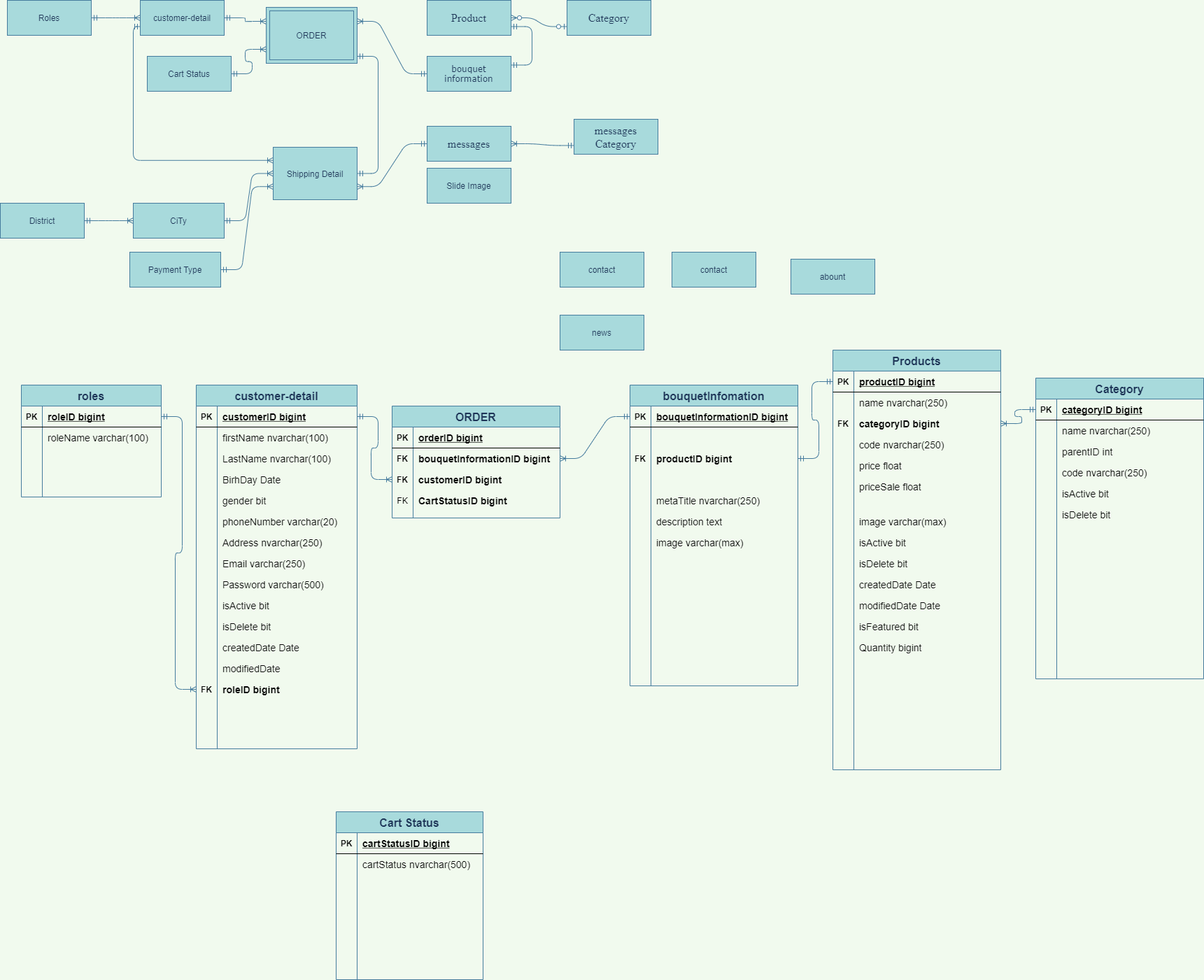
This is Untitled Diagram.png from maialino123/Eproject-SEM3, a draw.io export, as it was before one commit. Source tidied: cells renumbered, new cells last; positions are measured from the earlier drawing's top-left corner, leaving out a move shared by most shapes.
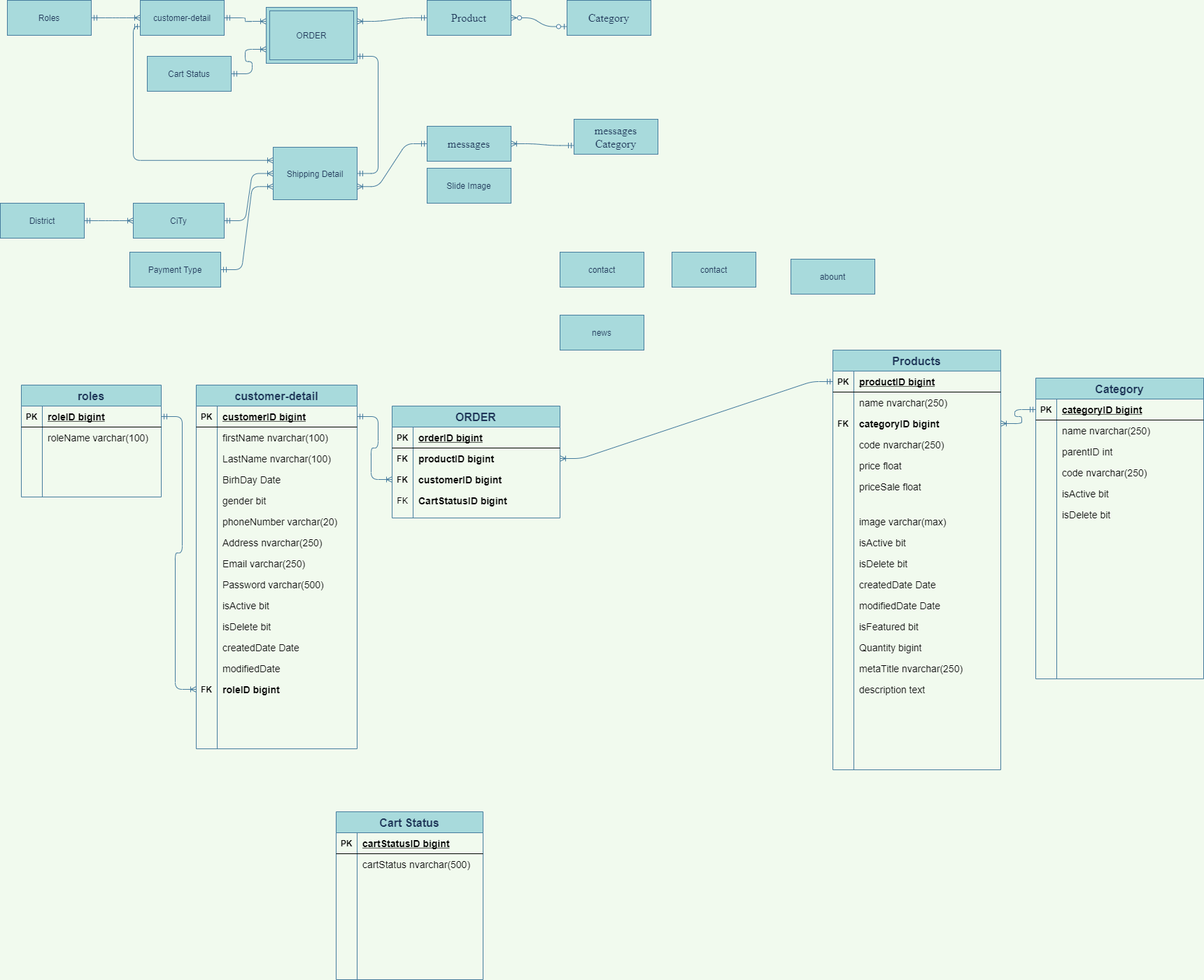
The same diagram one commit later.

What changed in the source:
```diff
@@ -5,9 +5,6 @@
     <mxCell id="2" value="customer-detail" style="whiteSpace=wrap;html=1;align=center;rounded=0;sketch=0;fontColor=#1D3557;strokeColor=#457B9D;fillColor=#A8DADC;" parent="1" vertex="1">
       <mxGeometry x="200" width="120" height="50" as="geometry" />
     </mxCell>
-    <mxCell id="3" value="&lt;p class=&quot;MsoNormal&quot;&gt;&lt;span style=&quot;font-family: &amp;#34;verdana&amp;#34; , sans-serif&quot;&gt;bouquet&lt;br/&gt;information&lt;/span&gt;&lt;/p&gt;" style="whiteSpace=wrap;html=1;align=center;rounded=0;sketch=0;fontColor=#1D3557;strokeColor=#457B9D;fillColor=#A8DADC;" parent="1" vertex="1">
-      <mxGeometry x="610" y="80" width="120" height="50" as="geometry" />
-    </mxCell>
     <mxCell id="4" value="&lt;p class=&quot;MsoNormal&quot;&gt;&lt;span style=&quot;font-size: 12.0pt ; font-family: &amp;#34;times new roman&amp;#34; , serif&quot;&gt;messages&lt;/span&gt;&lt;span style=&quot;font-family: &amp;#34;verdana&amp;#34; , sans-serif&quot;&gt;&lt;br&gt;&lt;/span&gt;&lt;/p&gt;" style="whiteSpace=wrap;html=1;align=center;rounded=0;sketch=0;fontColor=#1D3557;strokeColor=#457B9D;fillColor=#A8DADC;" parent="1" vertex="1">
       <mxGeometry x="610" y="180" width="120" height="50" as="geometry" />
     </mxCell>
@@ -20,9 +17,6 @@
     <mxCell id="7" style="edgeStyle=entityRelationEdgeStyle;fontSize=12;html=1;endArrow=ERzeroToMany;startArrow=ERzeroToOne;fontColor=#1D3557;strokeColor=#457B9D;fillColor=#A8DADC;exitX=0;exitY=0.75;exitDx=0;exitDy=0;entryX=1;entryY=0.5;entryDx=0;entryDy=0;labelBackgroundColor=#F1FAEE;" parent="1" edge="1" source="5" target="6">
       <mxGeometry relative="1" as="geometry" />
     </mxCell>
-    <mxCell id="8" style="edgeStyle=entityRelationEdgeStyle;fontSize=12;html=1;endArrow=ERmandOne;startArrow=ERmandOne;fontColor=#1D3557;fillColor=#A8DADC;rounded=1;entryX=1;entryY=0.75;entryDx=0;entryDy=0;exitX=1;exitY=0.25;exitDx=0;exitDy=0;strokeColor=#457B9D;labelBackgroundColor=#F1FAEE;" parent="1" edge="1" source="3" target="6">
-      <mxGeometry relative="1" as="geometry" />
-    </mxCell>
     <mxCell id="9" value="&lt;p class=&quot;MsoNormal&quot;&gt;&lt;span style=&quot;font-size: 12.0pt ; font-family: &amp;#34;times new roman&amp;#34; , serif&quot;&gt;messages Category&lt;/span&gt;&lt;span style=&quot;font-family: &amp;#34;verdana&amp;#34; , sans-serif&quot;&gt;&lt;br&gt;&lt;/span&gt;&lt;/p&gt;" style="whiteSpace=wrap;html=1;align=center;rounded=0;sketch=0;fontColor=#1D3557;strokeColor=#457B9D;fillColor=#A8DADC;" parent="1" vertex="1">
       <mxGeometry x="820" y="170" width="120" height="50" as="geometry" />
     </mxCell>
@@ -47,7 +41,7 @@
     <mxCell id="16" value="Slide Image" style="whiteSpace=wrap;html=1;align=center;rounded=0;sketch=0;fontColor=#1D3557;strokeColor=#457B9D;fillColor=#A8DADC;" parent="1" vertex="1">
       <mxGeometry x="610" y="240" width="120" height="50" as="geometry" />
     </mxCell>
-    <mxCell id="17" style="edgeStyle=entityRelationEdgeStyle;fontSize=12;html=1;endArrow=ERoneToMany;startArrow=ERmandOne;fontColor=#1D3557;strokeColor=#457B9D;fillColor=#A8DADC;entryX=1;entryY=0.25;entryDx=0;entryDy=0;labelBackgroundColor=#F1FAEE;" parent="1" edge="1" source="3" target="22">
+    <mxCell id="17" style="edgeStyle=entityRelationEdgeStyle;fontSize=12;html=1;endArrow=ERoneToMany;startArrow=ERmandOne;fontColor=#1D3557;strokeColor=#457B9D;fillColor=#A8DADC;entryX=1;entryY=0.25;entryDx=0;entryDy=0;labelBackgroundColor=#F1FAEE;exitX=0;exitY=0.5;exitDx=0;exitDy=0;" parent="1" edge="1" source="6" target="22">
       <mxGeometry relative="1" as="geometry" />
     </mxCell>
     <mxCell id="18" style="edgeStyle=entityRelationEdgeStyle;fontSize=12;html=1;endArrow=ERoneToMany;startArrow=ERmandOne;fontColor=#1D3557;strokeColor=#457B9D;fillColor=#A8DADC;entryX=0;entryY=0.25;entryDx=0;entryDy=0;exitX=1;exitY=0.5;exitDx=0;exitDy=0;labelBackgroundColor=#F1FAEE;" parent="1" edge="1" source="2" target="22">
@@ -349,7 +343,7 @@
     <mxCell id="116" value="FK" style="shape=partialRectangle;fillColor=none;top=0;left=0;bottom=0;right=0;overflow=hidden;fontStyle=1;" parent="115" vertex="1">
       <mxGeometry width="30" height="30" as="geometry" />
     </mxCell>
-    <mxCell id="117" value="bouquetInformationID bigint " style="shape=partialRectangle;fillColor=none;top=0;left=0;bottom=0;right=0;align=left;spacingLeft=6;overflow=hidden;fontSize=14;fontStyle=1;" parent="115" vertex="1">
+    <mxCell id="117" value="productID bigint " style="shape=partialRectangle;fillColor=none;top=0;left=0;bottom=0;right=0;align=left;spacingLeft=6;overflow=hidden;fontSize=14;fontStyle=1;" parent="115" vertex="1">
       <mxGeometry x="30" width="210" height="30" as="geometry" />
     </mxCell>
     <mxCell id="118" style="shape=partialRectangle;fillColor=none;top=0;left=0;bottom=0;right=0;points=[[0,0.5],[1,0.5]];portConstraint=eastwest;" parent="111" vertex="1">
@@ -502,81 +496,6 @@
     <mxCell id="167" value="Quantity bigint" style="shape=partialRectangle;fillColor=none;top=0;left=0;bottom=0;right=0;align=left;spacingLeft=6;overflow=hidden;fontSize=14;" parent="165" vertex="1">
       <mxGeometry x="30" width="210" height="30" as="geometry" />
     </mxCell>
-    <mxCell id="168" value="bouquetInfomation" style="shape=table;startSize=30;rowLines=0;fontStyle=1;align=center;rounded=0;sketch=0;fontSize=16;fontColor=#1D3557;strokeColor=#457B9D;fillColor=#A8DADC;" parent="1" vertex="1">
-      <mxGeometry x="900" y="550" width="240" height="430" as="geometry" />
-    </mxCell>
-    <mxCell id="169" style="shape=partialRectangle;fillColor=none;top=0;left=0;bottom=1;right=0;points=[[0,0.5],[1,0.5]];portConstraint=eastwest;" parent="168" vertex="1">
-      <mxGeometry y="30" width="240" height="30" as="geometry" />
-    </mxCell>
-    <mxCell id="170" value="PK" style="shape=partialRectangle;fillColor=none;top=0;left=0;bottom=0;right=0;fontStyle=1;overflow=hidden;" parent="169" vertex="1">
-      <mxGeometry width="30" height="30" as="geometry" />
-    </mxCell>
-    <mxCell id="171" value="bouquetInformationID bigint" style="shape=partialRectangle;fillColor=none;top=0;left=0;bottom=0;right=0;align=left;spacingLeft=6;fontStyle=5;overflow=hidden;fontSize=14;" parent="169" vertex="1">
-      <mxGeometry x="30" width="210" height="30" as="geometry" />
-    </mxCell>
-    <mxCell id="172" style="shape=partialRectangle;fillColor=none;top=0;left=0;bottom=0;right=0;" parent="168" vertex="1">
-      <mxGeometry y="60" width="240" height="30" as="geometry" />
-    </mxCell>
-    <mxCell id="173" style="shape=partialRectangle;fillColor=none;top=0;left=0;bottom=0;right=0;overflow=hidden;fontStyle=1;" parent="172" vertex="1">
-      <mxGeometry width="30" height="30" as="geometry" />
-    </mxCell>
-    <mxCell id="174" style="shape=partialRectangle;fillColor=none;top=0;left=0;bottom=0;right=0;align=left;spacingLeft=6;overflow=hidden;fontSize=14;fontStyle=0;" parent="172" vertex="1">
-      <mxGeometry x="30" width="210" height="30" as="geometry" />
-    </mxCell>
-    <mxCell id="175" style="shape=partialRectangle;fillColor=none;top=0;left=0;bottom=0;right=0;points=[[0,0.5],[1,0.5]];portConstraint=eastwest;" parent="168" vertex="1">
-      <mxGeometry y="90" width="240" height="30" as="geometry" />
-    </mxCell>
-    <mxCell id="176" value="FK" style="shape=partialRectangle;fillColor=none;top=0;left=0;bottom=0;right=0;overflow=hidden;fontStyle=1;" parent="175" vertex="1">
-      <mxGeometry width="30" height="30" as="geometry" />
-    </mxCell>
-    <mxCell id="177" value="productID bigint" style="shape=partialRectangle;fillColor=none;top=0;left=0;bottom=0;right=0;align=left;spacingLeft=6;overflow=hidden;fontSize=14;fontStyle=1;" parent="175" vertex="1">
-      <mxGeometry x="30" width="210" height="30" as="geometry" />
-    </mxCell>
-    <mxCell id="178" style="shape=partialRectangle;fillColor=none;top=0;left=0;bottom=0;right=0;" parent="168" vertex="1">
-      <mxGeometry y="120" width="240" height="30" as="geometry" />
-    </mxCell>
-    <mxCell id="179" style="shape=partialRectangle;fillColor=none;top=0;left=0;bottom=0;right=0;overflow=hidden;" parent="178" vertex="1">
-      <mxGeometry width="30" height="30" as="geometry" />
-    </mxCell>
-    <mxCell id="180" style="shape=partialRectangle;fillColor=none;top=0;left=0;bottom=0;right=0;align=left;spacingLeft=6;overflow=hidden;fontSize=14;" parent="178" vertex="1">
-      <mxGeometry x="30" width="210" height="30" as="geometry" />
-    </mxCell>
-    <mxCell id="181" style="shape=partialRectangle;fillColor=none;top=0;left=0;bottom=0;right=0;" parent="168" vertex="1">
-      <mxGeometry y="150" width="240" height="30" as="geometry" />
-    </mxCell>
-    <mxCell id="182" style="shape=partialRectangle;fillColor=none;top=0;left=0;bottom=0;right=0;overflow=hidden;" parent="181" vertex="1">
-      <mxGeometry width="30" height="30" as="geometry" />
-    </mxCell>
-    <mxCell id="183" value="metaTitle nvarchar(250)" style="shape=partialRectangle;fillColor=none;top=0;left=0;bottom=0;right=0;align=left;spacingLeft=6;overflow=hidden;fontSize=14;" parent="181" vertex="1">
-      <mxGeometry x="30" width="210" height="30" as="geometry" />
-    </mxCell>
-    <mxCell id="184" style="shape=partialRectangle;fillColor=none;top=0;left=0;bottom=0;right=0;" parent="168" vertex="1">
-      <mxGeometry y="180" width="240" height="30" as="geometry" />
-    </mxCell>
-    <mxCell id="185" style="shape=partialRectangle;fillColor=none;top=0;left=0;bottom=0;right=0;overflow=hidden;" parent="184" vertex="1">
-      <mxGeometry width="30" height="30" as="geometry" />
-    </mxCell>
-    <mxCell id="186" value="description text" style="shape=partialRectangle;fillColor=none;top=0;left=0;bottom=0;right=0;align=left;spacingLeft=6;overflow=hidden;fontSize=14;" parent="184" vertex="1">
-      <mxGeometry x="30" width="210" height="30" as="geometry" />
-    </mxCell>
-    <mxCell id="187" style="shape=partialRectangle;fillColor=none;top=0;left=0;bottom=0;right=0;" parent="168" vertex="1">
-      <mxGeometry y="210" width="240" height="30" as="geometry" />
-    </mxCell>
-    <mxCell id="188" style="shape=partialRectangle;fillColor=none;top=0;left=0;bottom=0;right=0;overflow=hidden;" parent="187" vertex="1">
-      <mxGeometry width="30" height="30" as="geometry" />
-    </mxCell>
-    <mxCell id="189" value="image varchar(max)" style="shape=partialRectangle;fillColor=none;top=0;left=0;bottom=0;right=0;align=left;spacingLeft=6;overflow=hidden;fontSize=14;" parent="187" vertex="1">
-      <mxGeometry x="30" width="210" height="30" as="geometry" />
-    </mxCell>
-    <mxCell id="190" style="shape=partialRectangle;fillColor=none;top=0;left=0;bottom=0;right=0;" parent="168" vertex="1">
-      <mxGeometry y="240" width="240" height="30" as="geometry" />
-    </mxCell>
-    <mxCell id="191" style="shape=partialRectangle;fillColor=none;top=0;left=0;bottom=0;right=0;overflow=hidden;" parent="190" vertex="1">
-      <mxGeometry width="30" height="30" as="geometry" />
-    </mxCell>
-    <mxCell id="192" style="shape=partialRectangle;fillColor=none;top=0;left=0;bottom=0;right=0;align=left;spacingLeft=6;overflow=hidden;fontSize=14;" parent="190" vertex="1">
-      <mxGeometry x="30" width="210" height="30" as="geometry" />
-    </mxCell>
     <mxCell id="193" value="Category" style="shape=table;startSize=30;rowLines=0;fontStyle=1;align=center;rounded=0;sketch=0;fontSize=16;fontColor=#1D3557;strokeColor=#457B9D;fillColor=#A8DADC;" parent="1" vertex="1">
       <mxGeometry x="1480" y="540" width="240" height="430" as="geometry" />
     </mxCell>
@@ -655,14 +574,17 @@
     <mxCell id="218" style="edgeStyle=entityRelationEdgeStyle;fontSize=12;html=1;endArrow=ERoneToMany;startArrow=ERmandOne;fontColor=#1D3557;strokeColor=#457B9D;fillColor=#A8DADC;labelBackgroundColor=#F1FAEE;exitX=0;exitY=0.5;exitDx=0;exitDy=0;entryX=1;entryY=0.5;entryDx=0;entryDy=0;" parent="1" edge="1" source="194" target="132">
       <mxGeometry relative="1" as="geometry" />
     </mxCell>
-    <mxCell id="219" style="edgeStyle=entityRelationEdgeStyle;fontSize=12;html=1;endArrow=ERmandOne;startArrow=ERmandOne;fontColor=#1D3557;fillColor=#A8DADC;rounded=1;entryX=0;entryY=0.5;entryDx=0;entryDy=0;exitX=1;exitY=0.5;exitDx=0;exitDy=0;strokeColor=#457B9D;labelBackgroundColor=#F1FAEE;" parent="1" edge="1" source="175" target="126">
-      <mxGeometry relative="1" as="geometry" />
-    </mxCell>
-    <mxCell id="220" style="edgeStyle=entityRelationEdgeStyle;fontSize=12;html=1;endArrow=ERoneToMany;startArrow=ERmandOne;fontColor=#1D3557;strokeColor=#457B9D;fillColor=#A8DADC;labelBackgroundColor=#F1FAEE;exitX=0;exitY=0.5;exitDx=0;exitDy=0;entryX=1;entryY=0.5;entryDx=0;entryDy=0;" parent="1" edge="1" source="169" target="115">
+    <mxCell id="220" style="edgeStyle=entityRelationEdgeStyle;fontSize=12;html=1;endArrow=ERoneToMany;startArrow=ERmandOne;fontColor=#1D3557;strokeColor=#457B9D;fillColor=#A8DADC;labelBackgroundColor=#F1FAEE;exitX=0;exitY=0.5;exitDx=0;exitDy=0;entryX=1;entryY=0.5;entryDx=0;entryDy=0;" parent="1" edge="1" source="126" target="115">
       <mxGeometry relative="1" as="geometry" />
     </mxCell>
     <mxCell id="221" style="edgeStyle=orthogonalEdgeStyle;fontSize=12;html=1;endArrow=ERoneToMany;startArrow=ERmandOne;fontColor=#1D3557;strokeColor=#457B9D;fillColor=#A8DADC;entryX=0;entryY=0.25;entryDx=0;entryDy=0;exitX=0;exitY=0.75;exitDx=0;exitDy=0;labelBackgroundColor=#F1FAEE;" parent="1" edge="1" source="2" target="21">
       <mxGeometry relative="1" as="geometry" />
     </mxCell>
+    <mxCell id="183" value="metaTitle nvarchar(250)" style="shape=partialRectangle;fillColor=none;top=0;left=0;bottom=0;right=0;align=left;spacingLeft=6;overflow=hidden;fontSize=14;" parent="1" vertex="1">
+      <mxGeometry x="1220" y="940" width="210" height="30" as="geometry" />
+    </mxCell>
+    <mxCell id="186" value="description text" style="shape=partialRectangle;fillColor=none;top=0;left=0;bottom=0;right=0;align=left;spacingLeft=6;overflow=hidden;fontSize=14;" parent="1" vertex="1">
+      <mxGeometry x="1220" y="970" width="210" height="30" as="geometry" />
+    </mxCell>
   </root>
 </mxGraphModel>
```
